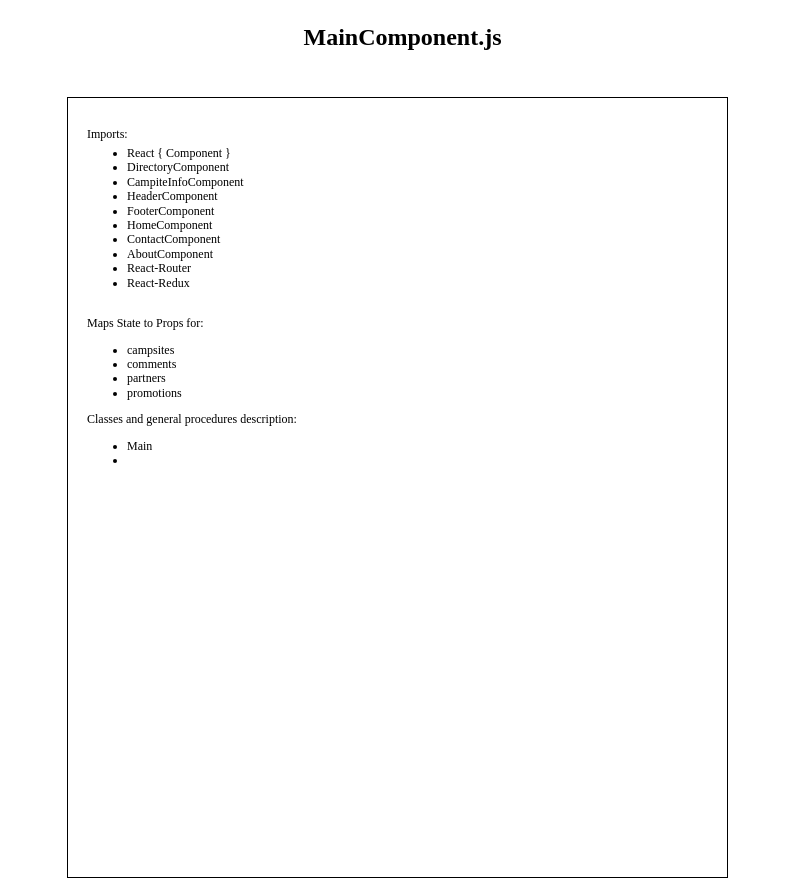
Above: page "MainComponent.js" (3 of 4) of src/Documentation/FlowChart.drawio in dquickenden/nucampsite (draw.io), before the change. Source tidied: cells renumbered, new cells numbered last; positions are measured from the earlier drawing's top-left corner, leaving out a move shared by most shapes. Both pictures are drawn from the tidied source at 100%, with x=0, y=0 at pixel (17, 17).
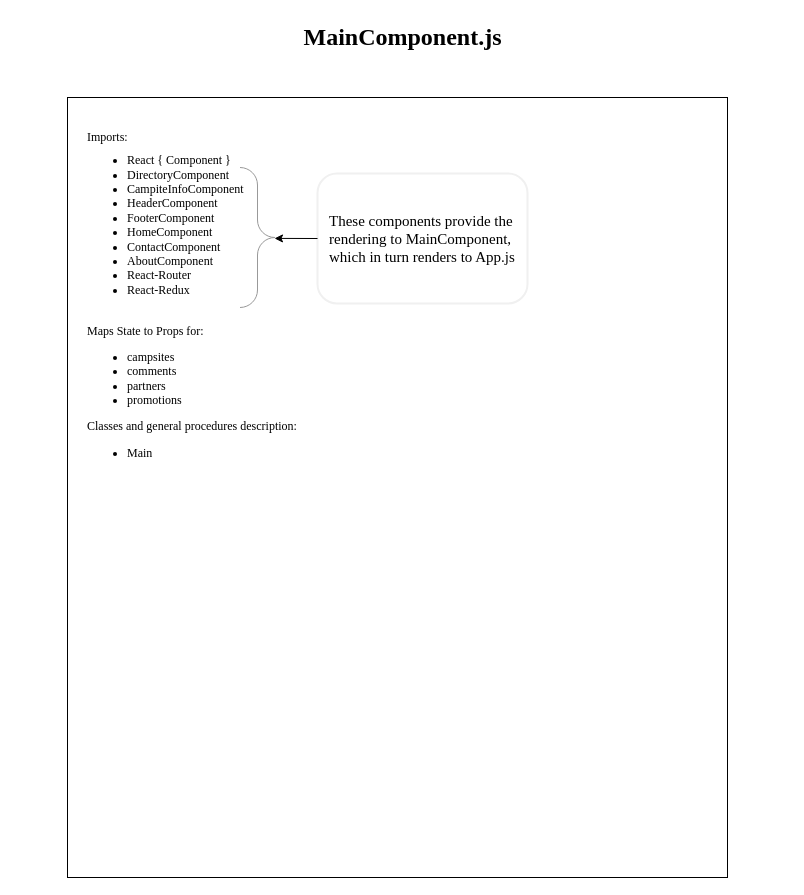
The same diagram, later.

The edit, as a diff of the source:
```diff
@@
 <mxGraphModel>
   <root>
     <mxCell id="0" />
     <mxCell id="1" parent="0" />
     <mxCell id="2" value="MainComponent.js" style="text;html=1;fontSize=24;fontStyle=1;verticalAlign=middle;align=center;gradientDirection=east;fontFamily=Times New Roman;" parent="1" vertex="1">
       <mxGeometry width="770" height="40" as="geometry" />
     </mxCell>
-    <mxCell id="3" value="&lt;p style=&quot;line-height: 0%&quot;&gt;Imports:&lt;br&gt;&lt;/p&gt;&lt;ul&gt;&lt;li&gt;React { Component }&lt;/li&gt;&lt;li&gt;DirectoryComponent&lt;/li&gt;&lt;li&gt;CampiteInfoComponent&lt;/li&gt;&lt;li&gt;HeaderComponent&lt;/li&gt;&lt;li&gt;FooterComponent&lt;/li&gt;&lt;li&gt;HomeComponent&lt;/li&gt;&lt;li&gt;ContactComponent&lt;/li&gt;&lt;li&gt;AboutComponent&lt;/li&gt;&lt;li&gt;React-Router&lt;/li&gt;&lt;li&gt;React-Redux&lt;/li&gt;&lt;/ul&gt;&lt;div&gt;&lt;br&gt;&lt;/div&gt;&lt;div&gt;Maps State to Props for:&lt;br&gt;&lt;ul&gt;&lt;li&gt;&lt;span&gt;campsites&lt;/span&gt;&lt;/li&gt;&lt;li&gt;&lt;span&gt;comments&lt;/span&gt;&lt;/li&gt;&lt;li&gt;&lt;span&gt;partners&lt;/span&gt;&lt;/li&gt;&lt;li&gt;&lt;span&gt;promotions&lt;/span&gt;&lt;/li&gt;&lt;/ul&gt;&lt;div&gt;Classes and general procedures description:&lt;/div&gt;&lt;/div&gt;&lt;div&gt;&lt;ul&gt;&lt;li&gt;Main&lt;/li&gt;&lt;li&gt;&lt;br&gt;&lt;/li&gt;&lt;/ul&gt;&lt;/div&gt;&lt;p&gt;&lt;/p&gt;" style="whiteSpace=wrap;html=1;fillColor=none;gradientColor=#4F42FF;align=left;fontFamily=Times New Roman;verticalAlign=top;spacingLeft=0;spacing=20;" parent="1" vertex="1">
+    <mxCell id="3" value="&lt;p style=&quot;line-height: 60%&quot;&gt;Imports:&lt;br&gt;&lt;/p&gt;&lt;ul&gt;&lt;li&gt;React { Component }&lt;/li&gt;&lt;li&gt;DirectoryComponent&lt;/li&gt;&lt;li&gt;CampiteInfoComponent&lt;/li&gt;&lt;li&gt;HeaderComponent&lt;/li&gt;&lt;li&gt;FooterComponent&lt;/li&gt;&lt;li&gt;HomeComponent&lt;/li&gt;&lt;li&gt;ContactComponent&lt;/li&gt;&lt;li&gt;AboutComponent&lt;/li&gt;&lt;li&gt;React-Router&lt;/li&gt;&lt;li&gt;React-Redux&lt;/li&gt;&lt;/ul&gt;&lt;div&gt;&lt;br&gt;&lt;/div&gt;&lt;div&gt;Maps State to Props for:&lt;br&gt;&lt;ul&gt;&lt;li&gt;&lt;span&gt;campsites&lt;/span&gt;&lt;/li&gt;&lt;li&gt;&lt;span&gt;comments&lt;/span&gt;&lt;/li&gt;&lt;li&gt;&lt;span&gt;partners&lt;/span&gt;&lt;/li&gt;&lt;li&gt;&lt;span&gt;promotions&lt;/span&gt;&lt;/li&gt;&lt;/ul&gt;&lt;div&gt;Classes and general procedures description:&lt;/div&gt;&lt;/div&gt;&lt;div&gt;&lt;ul&gt;&lt;li&gt;Main&lt;/li&gt;&lt;/ul&gt;&lt;/div&gt;&lt;p&gt;&lt;/p&gt;" style="whiteSpace=wrap;html=1;fillColor=none;gradientColor=#4F42FF;align=left;fontFamily=Times New Roman;verticalAlign=top;spacingLeft=0;spacing=20;labelBorderColor=none;" parent="1" vertex="1">
       <mxGeometry x="50" y="80" width="660" height="780" as="geometry" />
     </mxCell>
+    <mxCell id="4" style="labelPosition=right;align=left;strokeWidth=1;shape=mxgraph.mockup.markup.curlyBrace;html=1;shadow=0;dashed=0;strokeColor=#999999;direction=north;rotation=-180;" parent="1" vertex="1">
+      <mxGeometry x="210" y="150" width="60" height="140" as="geometry" />
+    </mxCell>
+    <mxCell id="5" value="These components provide the rendering to MainComponent, which in turn renders to App.js" style="text;fillColor=none;align=left;verticalAlign=middle;rounded=1;fontFamily=Times New Roman;fontSize=15;labelBorderColor=none;strokeColor=#f0f0f0;strokeWidth=2;html=1;whiteSpace=wrap;spacingLeft=10;" parent="1" vertex="1">
+      <mxGeometry x="300" y="156" width="210" height="130" as="geometry" />
+    </mxCell>
+    <mxCell id="6" style="endArrow=classic;html=1;fontFamily=Times New Roman;fontSize=15;entryX=0.521;entryY=0.217;entryDx=0;entryDy=0;entryPerimeter=0;exitX=0;exitY=0.5;exitDx=0;exitDy=0;" parent="1" edge="1" source="5">
+      <mxGeometry relative="1" as="geometry">
+        <mxPoint x="257" y="220.9" as="targetPoint" />
+      </mxGeometry>
+    </mxCell>
   </root>
 </mxGraphModel>
```
